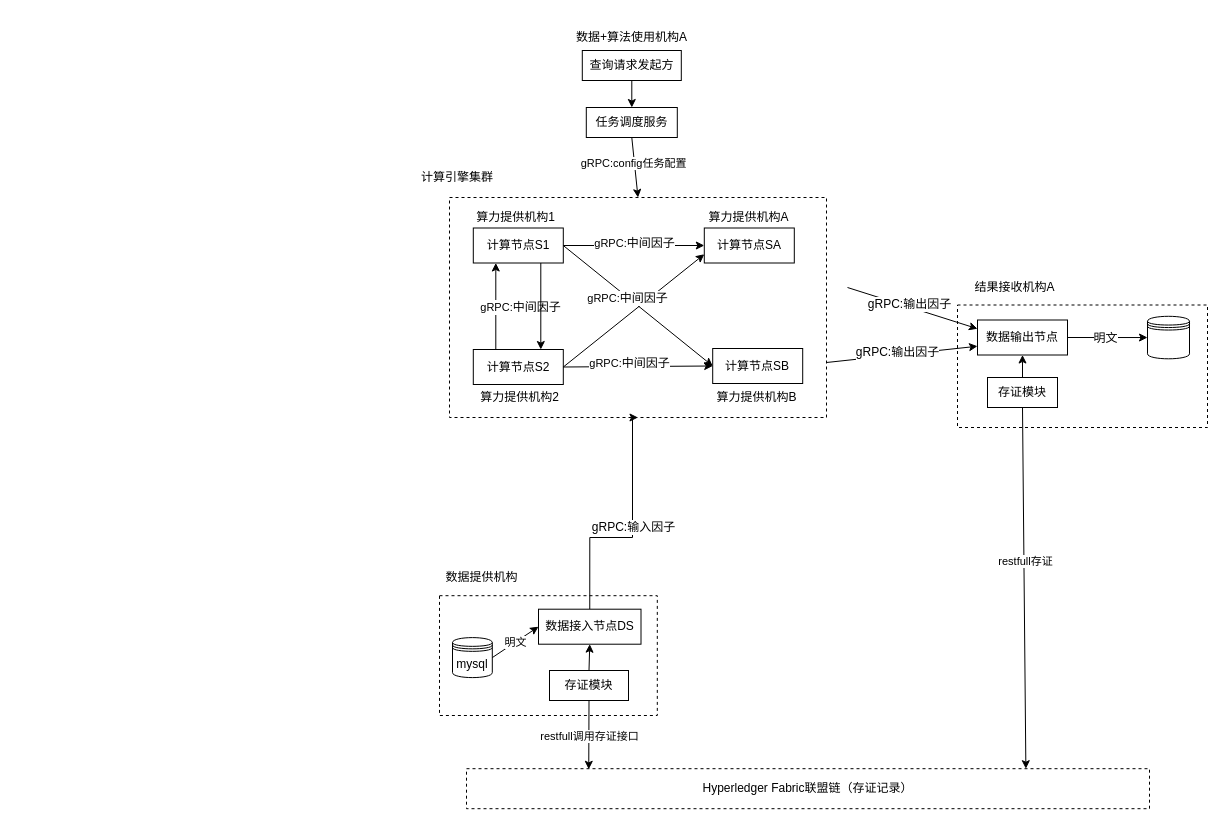
yankaili2006/drawing_io keeps this draw.io diagram as huifeng_deploy_2.drawio. Above is the earlier version. Source tidied: cells renumbered, new cells numbered last; positions are measured from the earlier drawing's top-left corner, leaving out a move shared by most shapes. Both pictures are drawn from the tidied source at 100%, with x=0, y=0 at pixel (417, 27).
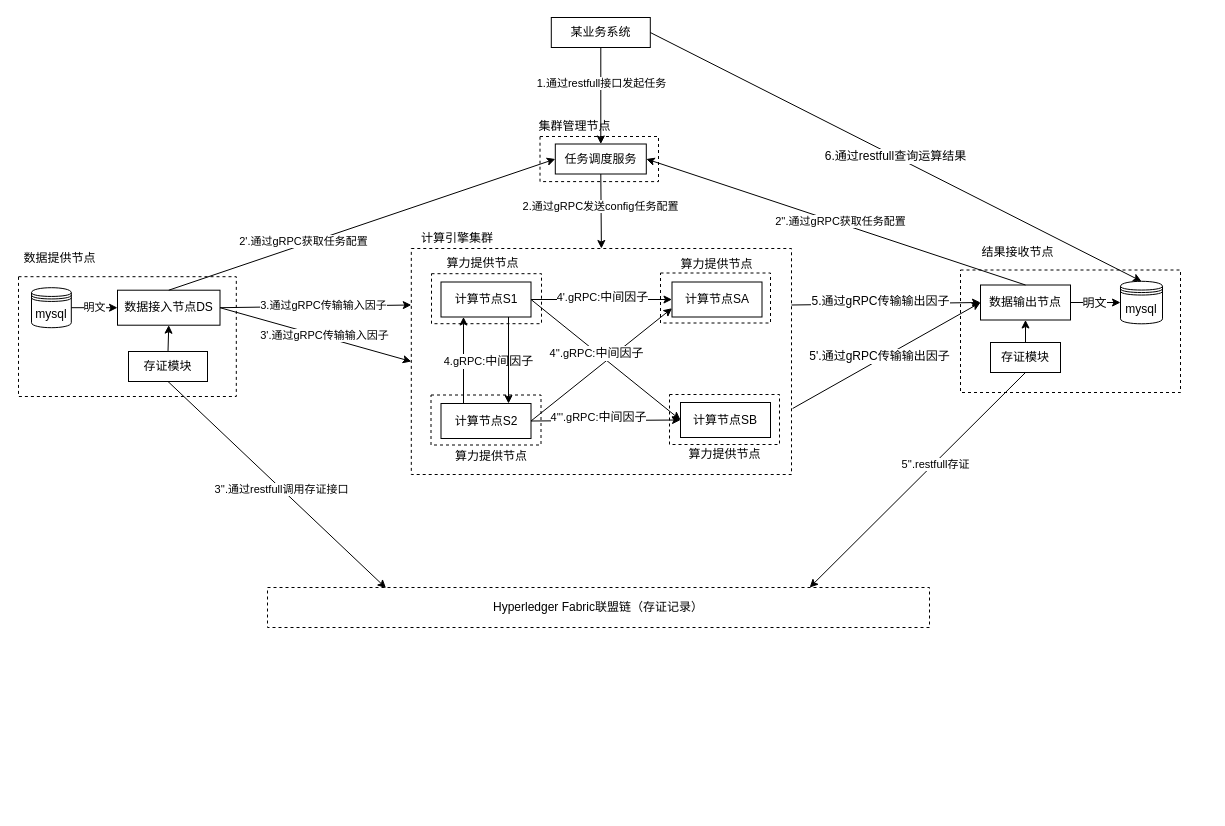
The same diagram, later.

Unchanged cells that the change refers to:
```xml
<mxCell id="9" style="endArrow=classic;html=1;entryX=0.5;entryY=0;entryDx=0;entryDy=0;exitX=0.5;exitY=1;exitDx=0;exitDy=0;" parent="1" edge="1" source="8" target="4">
  <mxGeometry relative="1" as="geometry" />
</mxCell>
<mxCell id="11" style="endArrow=classic;html=1;entryX=0.5;entryY=0;entryDx=0;entryDy=0;exitX=0.5;exitY=1;exitDx=0;exitDy=0;" parent="1" edge="1" source="5" target="8">
  <mxGeometry relative="1" as="geometry" />
</mxCell>
<mxCell id="15" style="endArrow=classic;html=1;exitX=0.25;exitY=0;exitDx=0;exitDy=0;entryX=0.25;entryY=1;entryDx=0;entryDy=0;" parent="1" edge="1" source="17" target="14">
  <mxGeometry relative="1" as="geometry" />
</mxCell>
<mxCell id="21" style="endArrow=classic;html=1;exitX=1;exitY=0.5;exitDx=0;exitDy=0;entryX=0;entryY=0.5;entryDx=0;entryDy=0;" parent="1" edge="1" source="14" target="19">
  <mxGeometry relative="1" as="geometry" />
</mxCell>
<mxCell id="23" style="endArrow=classic;html=1;exitX=1;exitY=0.5;exitDx=0;exitDy=0;entryX=0;entryY=0.5;entryDx=0;entryDy=0;" parent="1" edge="1" source="17" target="18">
  <mxGeometry relative="1" as="geometry" />
</mxCell>
<mxCell id="26" style="endArrow=classic;html=1;exitX=1;exitY=0.5;exitDx=0;exitDy=0;entryX=0;entryY=0.5;entryDx=0;entryDy=0;" parent="1" edge="1" source="14" target="18">
  <mxGeometry relative="1" as="geometry" />
</mxCell>
<mxCell id="44" style="endArrow=classic;html=1;exitX=0.5;exitY=1;exitDx=0;exitDy=0;entryX=0.819;entryY=0;entryDx=0;entryDy=0;entryPerimeter=0;" parent="1" edge="1" source="38" target="43">
  <mxGeometry relative="1" as="geometry" />
</mxCell>
<mxCell id="46" style="endArrow=classic;html=1;entryX=0.179;entryY=0.015;entryDx=0;entryDy=0;entryPerimeter=0;exitX=0.5;exitY=1;exitDx=0;exitDy=0;" parent="1" edge="1" source="51" target="43">
  <mxGeometry relative="1" as="geometry" />
</mxCell>
```

Diff of the diagram source:
```diff
@@
+    <mxCell id="54" style="rounded=0;whiteSpace=wrap;html=1;dashed=1;" parent="1" vertex="1">
+      <mxGeometry x="122.5" y="109" width="118.5" height="45.1" as="geometry" />
+    </mxCell>
     <mxCell id="2" style="rounded=0;whiteSpace=wrap;html=1;dashed=1;" parent="1" vertex="1">
-      <mxGeometry x="22" y="568.2" width="217.8" height="119.8" as="geometry" />
+      <mxGeometry x="-399" y="249.2" width="217.8" height="119.8" as="geometry" />
     </mxCell>
     <mxCell id="3" style="rounded=0;whiteSpace=wrap;html=1;dashed=1;" parent="1" vertex="1">
-      <mxGeometry x="540" y="277.5" width="250" height="122.5" as="geometry" />
+      <mxGeometry x="543" y="242.5" width="220" height="122.5" as="geometry" />
     </mxCell>
     <mxCell id="4" style="rounded=0;whiteSpace=wrap;html=1;fillColor=none;labelPosition=center;verticalLabelPosition=middle;align=center;verticalAlign=middle;dashed=1;" parent="1" vertex="1">
-      <mxGeometry x="32" y="170" width="377" height="220" as="geometry" />
+      <mxGeometry x="-6.2" y="221" width="380.2" height="226" as="geometry" />
     </mxCell>
-    <mxCell id="5" value="查询请求发起方" style="rounded=0;whiteSpace=wrap;html=1;" parent="1" vertex="1">
-      <mxGeometry x="164.8" y="23" width="99" height="30" as="geometry" />
+    <mxCell id="5" value="某业务系统" style="rounded=0;whiteSpace=wrap;html=1;" parent="1" vertex="1">
+      <mxGeometry x="133.8" y="-10" width="99" height="30" as="geometry" />
     </mxCell>
-    <mxCell id="6" style="edgeStyle=orthogonalEdgeStyle;rounded=0;jettySize=auto;html=1;entryX=0.5;entryY=1;entryDx=0;entryDy=0;exitX=0.5;exitY=0;exitDx=0;exitDy=0;" parent="1" edge="1" source="32" target="4">
-      <mxGeometry relative="1" as="geometry">
-        <Array as="points">
-          <mxPoint x="172" y="510" />
-          <mxPoint x="215" y="510" />
-        </Array>
-      </mxGeometry>
-    </mxCell>
-    <mxCell id="7" value="gRPC:输入因子" style="text;html=1;align=center;verticalAlign=middle;labelBackgroundColor=#ffffff;" parent="6" vertex="1">
-      <mxGeometry x="0.04" relative="1" as="geometry" />
-    </mxCell>
     <mxCell id="8" value="任务调度服务" style="rounded=0;whiteSpace=wrap;html=1;" parent="1" vertex="1">
-      <mxGeometry x="168.8" y="80" width="91" height="30" as="geometry" />
+      <mxGeometry x="137.8" y="116.5" width="91" height="30" as="geometry" />
     </mxCell>
@@
-    <mxCell id="10" value="gRPC:config任务配置" style="edgeLabel;html=1;align=center;verticalAlign=middle;" parent="9" vertex="1">
+    <mxCell id="10" value="2.通过gRPC发送config任务配置" style="edgeLabel;html=1;align=center;verticalAlign=middle;" parent="9" vertex="1">
       <mxGeometry x="-0.15" y="-1" relative="1" as="geometry" />
     </mxCell>
@@
+    <mxCell id="55" value="1.通过restfull接口发起任务" style="edgeLabel;html=1;align=center;verticalAlign=middle;" parent="11" vertex="1">
+      <mxGeometry x="-0.28" y="-2" relative="1" as="geometry">
+        <mxPoint x="2" y="0.5" as="offset" />
+      </mxGeometry>
+    </mxCell>
-    <mxCell id="12" style="endArrow=classic;html=1;entryX=0;entryY=0.75;entryDx=0;entryDy=0;exitX=1;exitY=0.75;exitDx=0;exitDy=0;" parent="1" edge="1" source="4" target="37">
+    <mxCell id="12" style="endArrow=classic;html=1;entryX=0;entryY=0.5;entryDx=0;entryDy=0;exitX=1.003;exitY=0.708;exitDx=0;exitDy=0;exitPerimeter=0;" parent="1" edge="1" source="4" target="37">
       <mxGeometry relative="1" as="geometry" />
     </mxCell>
-    <mxCell id="13" value="gRPC:输出因子" style="text;html=1;align=center;verticalAlign=middle;labelBackgroundColor=#ffffff;" parent="12" vertex="1">
+    <mxCell id="13" value="5'.通过gRPC传输输出因子" style="text;html=1;align=center;verticalAlign=middle;labelBackgroundColor=#ffffff;" parent="12" vertex="1">
       <mxGeometry x="-0.06" y="3" relative="1" as="geometry" />
     </mxCell>
     <mxCell id="14" value="计算节点S1" style="rounded=0;whiteSpace=wrap;html=1;fillColor=none;" parent="1" vertex="1">
-      <mxGeometry x="55.8" y="200.5" width="90" height="35" as="geometry" />
+      <mxGeometry x="23.5" y="254.5" width="90" height="35" as="geometry" />
     </mxCell>
@@
-    <mxCell id="16" value="gRPC:&lt;span style=&quot;font-size: 12px&quot;&gt;中间因子&lt;/span&gt;" style="edgeLabel;html=1;align=center;verticalAlign=middle;" parent="15" vertex="1">
+    <mxCell id="16" value="4.gRPC:&lt;span style=&quot;font-size: 12px&quot;&gt;中间因子&lt;/span&gt;" style="edgeLabel;html=1;align=center;verticalAlign=middle;" parent="15" vertex="1">
       <mxGeometry x="-0.01" relative="1" as="geometry">
         <mxPoint x="24.2" as="offset" />
       </mxGeometry>
     </mxCell>
     <mxCell id="17" value="计算节点S2" style="rounded=0;whiteSpace=wrap;html=1;fillColor=none;" parent="1" vertex="1">
-      <mxGeometry x="55.8" y="322" width="90" height="35" as="geometry" />
+      <mxGeometry x="23.5" y="376" width="90" height="35" as="geometry" />
     </mxCell>
     <mxCell id="18" value="计算节点SB" style="rounded=0;whiteSpace=wrap;html=1;fillColor=none;" parent="1" vertex="1">
-      <mxGeometry x="295.2" y="321" width="90" height="35" as="geometry" />
+      <mxGeometry x="263" y="375" width="90" height="35" as="geometry" />
     </mxCell>
     <mxCell id="19" value="计算节点SA" style="rounded=0;whiteSpace=wrap;html=1;fillColor=none;" parent="1" vertex="1">
-      <mxGeometry x="286.8" y="200.5" width="90" height="35" as="geometry" />
+      <mxGeometry x="254.5" y="254.5" width="90" height="35" as="geometry" />
     </mxCell>
@@
-    <mxCell id="22" value="gRPC:&lt;span style=&quot;font-size: 12px&quot;&gt;中间因子&lt;/span&gt;" style="edgeLabel;html=1;align=center;verticalAlign=middle;" parent="21" vertex="1">
+    <mxCell id="22" value="4'.gRPC:&lt;span style=&quot;font-size: 12px&quot;&gt;中间因子&lt;/span&gt;" style="edgeLabel;html=1;align=center;verticalAlign=middle;" parent="21" vertex="1">
       <mxGeometry y="3" relative="1" as="geometry" />
     </mxCell>
@@
-    <mxCell id="24" value="gRPC:&lt;span style=&quot;font-size: 12px&quot;&gt;中间因子&lt;/span&gt;" style="edgeLabel;html=1;align=center;verticalAlign=middle;" parent="23" vertex="1">
+    <mxCell id="24" value="4'''.gRPC:&lt;span style=&quot;font-size: 12px&quot;&gt;中间因子&lt;/span&gt;" style="edgeLabel;html=1;align=center;verticalAlign=middle;" parent="23" vertex="1">
       <mxGeometry x="-0.11" y="4" relative="1" as="geometry" />
     </mxCell>
@@
-    <mxCell id="27" value="&lt;span style=&quot;font-size: 11px&quot;&gt;gRPC:&lt;/span&gt;中间因子" style="text;html=1;align=center;verticalAlign=middle;labelBackgroundColor=#ffffff;" parent="26" vertex="1">
+    <mxCell id="27" value="&lt;span style=&quot;font-size: 11px&quot;&gt;4''.gRPC:&lt;/span&gt;中间因子" style="text;html=1;align=center;verticalAlign=middle;labelBackgroundColor=#ffffff;" parent="26" vertex="1">
       <mxGeometry x="-0.13" y="-1" relative="1" as="geometry" />
     </mxCell>
-    <mxCell id="28" value="算力提供机构B" style="text;html=1;strokeColor=none;fillColor=none;align=center;verticalAlign=middle;whiteSpace=wrap;rounded=0;" parent="1" vertex="1">
-      <mxGeometry x="295.2" y="360" width="89" height="20" as="geometry" />
+    <mxCell id="28" value="算力提供节点" style="text;html=1;strokeColor=none;fillColor=none;align=center;verticalAlign=middle;whiteSpace=wrap;rounded=0;" parent="1" vertex="1">
+      <mxGeometry x="263" y="417" width="89" height="20" as="geometry" />
     </mxCell>
-    <mxCell id="29" value="算力提供机构A" style="text;html=1;strokeColor=none;fillColor=none;align=center;verticalAlign=middle;whiteSpace=wrap;rounded=0;" parent="1" vertex="1">
-      <mxGeometry x="286.8" y="179.5" width="89" height="20" as="geometry" />
+    <mxCell id="29" value="算力提供节点" style="text;html=1;strokeColor=none;fillColor=none;align=center;verticalAlign=middle;whiteSpace=wrap;rounded=0;" parent="1" vertex="1">
+      <mxGeometry x="254.5" y="226.5" width="89" height="20" as="geometry" />
     </mxCell>
-    <mxCell id="30" value="算力提供机构1" style="text;html=1;strokeColor=none;fillColor=none;align=center;verticalAlign=middle;whiteSpace=wrap;rounded=0;" parent="1" vertex="1">
-      <mxGeometry x="55.8" y="179.5" width="85" height="20" as="geometry" />
+    <mxCell id="30" value="算力提供节点" style="text;html=1;strokeColor=none;fillColor=none;align=center;verticalAlign=middle;whiteSpace=wrap;rounded=0;" parent="1" vertex="1">
+      <mxGeometry x="21.5" y="225.5" width="86.5" height="20" as="geometry" />
     </mxCell>
-    <mxCell id="31" value="算力提供机构2" style="text;html=1;strokeColor=none;fillColor=none;align=center;verticalAlign=middle;whiteSpace=wrap;rounded=0;" parent="1" vertex="1">
-      <mxGeometry x="60" y="360" width="85" height="20" as="geometry" />
+    <mxCell id="31" value="算力提供节点" style="text;html=1;strokeColor=none;fillColor=none;align=center;verticalAlign=middle;whiteSpace=wrap;rounded=0;" parent="1" vertex="1">
+      <mxGeometry x="27.8" y="419" width="92.2" height="20" as="geometry" />
     </mxCell>
     <mxCell id="32" value="数据接入节点DS" style="rounded=0;whiteSpace=wrap;html=1;" parent="1" vertex="1">
-      <mxGeometry x="121" y="581.7" width="102.5" height="35" as="geometry" />
+      <mxGeometry x="-300" y="262.7" width="102.5" height="35" as="geometry" />
     </mxCell>
     <mxCell id="33" value="mysql" style="shape=datastore;whiteSpace=wrap;html=1;" parent="1" vertex="1">
-      <mxGeometry x="35" y="610.1" width="39.8" height="40" as="geometry" />
+      <mxGeometry x="-386" y="260.2" width="39.8" height="40" as="geometry" />
     </mxCell>
@@
-    <mxCell id="35" value="数据提供机构" style="text;html=1;strokeColor=none;fillColor=none;align=center;verticalAlign=middle;whiteSpace=wrap;rounded=0;" parent="1" vertex="1">
-      <mxGeometry x="22" y="540" width="84.8" height="20" as="geometry" />
+    <mxCell id="35" value="数据提供节点" style="text;html=1;strokeColor=none;fillColor=none;align=center;verticalAlign=middle;whiteSpace=wrap;rounded=0;" parent="1" vertex="1">
+      <mxGeometry x="-400" y="221" width="84.8" height="20" as="geometry" />
     </mxCell>
-    <mxCell id="36" value="数据+算法使用机构A" style="text;html=1;strokeColor=none;fillColor=none;align=center;verticalAlign=middle;whiteSpace=wrap;rounded=0;" parent="1" vertex="1">
-      <mxGeometry x="151" width="126.5" height="20" as="geometry" />
-    </mxCell>
     <mxCell id="37" value="数据输出节点" style="rounded=0;whiteSpace=wrap;html=1;" parent="1" vertex="1">
-      <mxGeometry x="560" y="292.5" width="90" height="35" as="geometry" />
+      <mxGeometry x="563" y="257.5" width="90" height="35" as="geometry" />
     </mxCell>
     <mxCell id="38" value="存证模块" style="rounded=0;whiteSpace=wrap;html=1;fillColor=none;" parent="1" vertex="1">
-      <mxGeometry x="570" y="350" width="70" height="30" as="geometry" />
+      <mxGeometry x="573" y="315" width="70" height="30" as="geometry" />
     </mxCell>
-    <mxCell id="39" style="shape=datastore;whiteSpace=wrap;html=1;" parent="1" vertex="1">
-      <mxGeometry x="730" y="288.8" width="42" height="42.5" as="geometry" />
+    <mxCell id="39" value="mysql" style="shape=datastore;whiteSpace=wrap;html=1;" parent="1" vertex="1">
+      <mxGeometry x="703" y="253.8" width="42" height="42.5" as="geometry" />
     </mxCell>
@@
-    <mxCell id="42" value="结果接收机构A" style="text;html=1;strokeColor=none;fillColor=none;align=center;verticalAlign=middle;whiteSpace=wrap;rounded=0;" parent="1" vertex="1">
-      <mxGeometry x="550" y="250" width="94.5" height="20" as="geometry" />
+    <mxCell id="42" value="结果接收节点" style="text;html=1;strokeColor=none;fillColor=none;align=center;verticalAlign=middle;whiteSpace=wrap;rounded=0;" parent="1" vertex="1">
+      <mxGeometry x="553" y="215" width="94.5" height="20" as="geometry" />
     </mxCell>
     <mxCell id="43" value="Hyperledger Fabric联盟链（存证记录）" style="rounded=0;whiteSpace=wrap;html=1;dashed=1;" parent="1" vertex="1">
-      <mxGeometry x="49" y="741.2" width="683" height="40" as="geometry" />
+      <mxGeometry x="-150" y="560" width="662" height="40" as="geometry" />
     </mxCell>
@@
-    <mxCell id="45" value="restfull存证" style="edgeLabel;html=1;align=center;verticalAlign=middle;" parent="44" vertex="1">
+    <mxCell id="45" value="5''.restfull存证" style="edgeLabel;html=1;align=center;verticalAlign=middle;" parent="44" vertex="1">
       <mxGeometry x="-0.15" y="1" relative="1" as="geometry" />
     </mxCell>
@@
-    <mxCell id="47" value="restfull调用存证接口" style="edgeLabel;html=1;align=center;verticalAlign=middle;" parent="46" vertex="1">
+    <mxCell id="47" value="3''.通过restfull调用存证接口" style="edgeLabel;html=1;align=center;verticalAlign=middle;" parent="46" vertex="1">
       <mxGeometry x="0.04" relative="1" as="geometry" />
     </mxCell>
     <mxCell id="48" value="计算引擎集群" style="text;html=1;strokeColor=none;fillColor=none;align=center;verticalAlign=middle;whiteSpace=wrap;rounded=0;" parent="1" vertex="1">
-      <mxGeometry y="140" width="79.5" height="20" as="geometry" />
+      <mxGeometry x="-0.2" y="201" width="79.5" height="20" as="geometry" />
     </mxCell>
-    <mxCell id="49" style="endArrow=classic;html=1;entryX=0;entryY=0.25;entryDx=0;entryDy=0;" parent="1" edge="1" target="37">
-      <mxGeometry relative="1" as="geometry">
-        <mxPoint x="430" y="260" as="sourcePoint" />
-      </mxGeometry>
+    <mxCell id="49" style="endArrow=classic;html=1;entryX=0;entryY=0.5;entryDx=0;entryDy=0;exitX=1;exitY=0.25;exitDx=0;exitDy=0;" parent="1" edge="1" source="4" target="37">
+      <mxGeometry relative="1" as="geometry" />
     </mxCell>
-    <mxCell id="50" value="gRPC:输出因子" style="text;html=1;align=center;verticalAlign=middle;labelBackgroundColor=#ffffff;" parent="49" vertex="1">
+    <mxCell id="50" value="5.通过gRPC传输输出因子" style="text;html=1;align=center;verticalAlign=middle;labelBackgroundColor=#ffffff;" parent="49" vertex="1">
       <mxGeometry x="-0.06" y="3" relative="1" as="geometry" />
     </mxCell>
     <mxCell id="51" value="存证模块" style="rounded=0;whiteSpace=wrap;html=1;fillColor=none;" parent="1" vertex="1">
-      <mxGeometry x="132" y="643" width="79" height="30" as="geometry" />
+      <mxGeometry x="-289" y="324" width="79" height="30" as="geometry" />
     </mxCell>
@@
+    <mxCell id="56" value="3.通过gRPC传输输入因子" style="endArrow=classic;html=1;exitX=1;exitY=0.5;exitDx=0;exitDy=0;entryX=0;entryY=0.25;entryDx=0;entryDy=0;" parent="1" edge="1" source="32" target="4">
+      <mxGeometry x="0.09" y="1" relative="1" as="geometry" />
+    </mxCell>
+    <mxCell id="57" style="endArrow=classic;html=1;entryX=0;entryY=0.5;entryDx=0;entryDy=0;exitX=0.5;exitY=0;exitDx=0;exitDy=0;" parent="1" edge="1" source="32" target="8">
+      <mxGeometry relative="1" as="geometry" />
+    </mxCell>
+    <mxCell id="58" value="2'.通过gRPC获取任务配置" style="edgeLabel;html=1;align=center;verticalAlign=middle;" parent="57" vertex="1">
+      <mxGeometry x="-0.3" y="3" relative="1" as="geometry" />
+    </mxCell>
+    <mxCell id="59" style="endArrow=classic;html=1;exitX=0.5;exitY=0;exitDx=0;exitDy=0;entryX=1;entryY=0.5;entryDx=0;entryDy=0;" parent="1" edge="1" source="37" target="8">
+      <mxGeometry relative="1" as="geometry" />
+    </mxCell>
+    <mxCell id="60" value="2''.通过gRPC获取任务配置" style="edgeLabel;html=1;align=center;verticalAlign=middle;" parent="59" vertex="1">
+      <mxGeometry x="-0.02" y="-3" relative="1" as="geometry">
+        <mxPoint y="1" as="offset" />
+      </mxGeometry>
+    </mxCell>
+    <mxCell id="61" value="&lt;span style=&quot;font-size: 12px&quot;&gt;6.通过restfull查询运算结果&lt;/span&gt;" style="endArrow=classic;html=1;entryX=0.5;entryY=0;entryDx=0;entryDy=0;exitX=1;exitY=0.5;exitDx=0;exitDy=0;" parent="1" edge="1" source="5" target="39">
+      <mxGeometry relative="1" as="geometry" />
+    </mxCell>
+    <mxCell id="62" value="集群管理节点" style="text;html=1;strokeColor=none;fillColor=none;align=center;verticalAlign=middle;whiteSpace=wrap;rounded=0;" parent="1" vertex="1">
+      <mxGeometry x="115" y="89" width="85" height="20" as="geometry" />
+    </mxCell>
+    <mxCell id="63" value="3'.通过gRPC传输输入因子" style="endArrow=classic;html=1;exitX=1;exitY=0.5;exitDx=0;exitDy=0;entryX=0;entryY=0.5;entryDx=0;entryDy=0;" parent="1" edge="1" source="32" target="4">
+      <mxGeometry x="0.09" y="1" relative="1" as="geometry" />
+    </mxCell>
+    <mxCell id="64" style="rounded=0;whiteSpace=wrap;html=1;fillColor=none;labelPosition=center;verticalLabelPosition=middle;align=center;verticalAlign=middle;dashed=1;" parent="1" vertex="1">
+      <mxGeometry x="14" y="246.2" width="110" height="50" as="geometry" />
+    </mxCell>
+    <mxCell id="65" style="rounded=0;whiteSpace=wrap;html=1;fillColor=none;labelPosition=center;verticalLabelPosition=middle;align=center;verticalAlign=middle;dashed=1;" parent="1" vertex="1">
+      <mxGeometry x="13.5" y="367.5" width="110" height="50" as="geometry" />
+    </mxCell>
+    <mxCell id="66" style="rounded=0;whiteSpace=wrap;html=1;fillColor=none;labelPosition=center;verticalLabelPosition=middle;align=center;verticalAlign=middle;dashed=1;" parent="1" vertex="1">
+      <mxGeometry x="252" y="367" width="110" height="50" as="geometry" />
+    </mxCell>
+    <mxCell id="67" style="rounded=0;whiteSpace=wrap;html=1;fillColor=none;labelPosition=center;verticalLabelPosition=middle;align=center;verticalAlign=middle;dashed=1;" parent="1" vertex="1">
+      <mxGeometry x="243" y="245.5" width="110" height="50" as="geometry" />
+    </mxCell>
```
